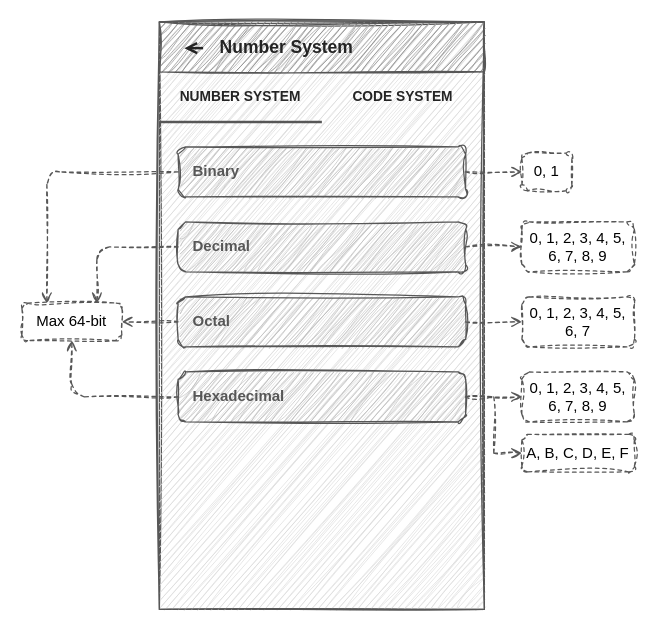
Above: page "Menu Sistem Bilangan" (1 of 2) of Wireframe fitur sistem bilangan.drawio in dans609/diagrams_net (draw.io), before the change. Source tidied: cells renumbered, new cells numbered last; positions are measured from the earlier drawing's top-left corner, leaving out a move shared by most shapes. Both pictures are drawn from the tidied source at 125%, with x=0, y=0 at pixel (21, 21).
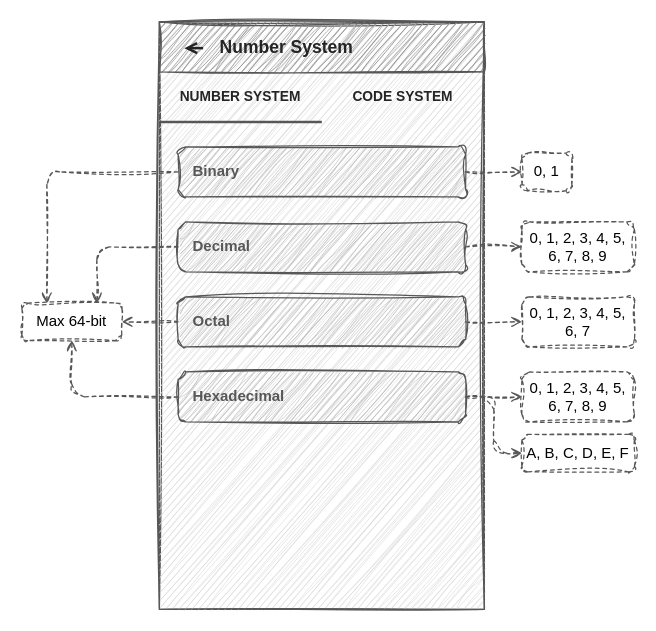
The same diagram, later.

Commit message:
Rounded arrow edges instead of sharp

Unchanged cells that the change refers to:
```xml
<mxCell id="14" value="&amp;nbsp; &amp;nbsp;Hexadecimal" style="text;strokeColor=#575757;align=left;fillColor=#BABABA;html=1;verticalAlign=middle;whiteSpace=wrap;rounded=1;fontStyle=1;fontSize=12;shadow=0;sketch=1;curveFitting=1;jiggle=2;fontFamily=Helvetica;fontColor=#575757;" parent="3" vertex="1">
  <mxGeometry x="15" y="280" width="230" height="40" as="geometry" />
</mxCell>
<mxCell id="27" value="A, B, C, D, E, F" style="text;strokeColor=#575757;align=center;fillColor=default;html=1;verticalAlign=middle;whiteSpace=wrap;rounded=1;dashed=1;sketch=1;curveFitting=1;jiggle=2;" parent="1" vertex="1">
  <mxGeometry x="400" y="330" width="90" height="30" as="geometry" />
</mxCell>
```

What changed in the source:
```diff
@@
-    <mxCell id="29" style="edgeStyle=orthogonalEdgeStyle;rounded=0;jettySize=auto;html=1;exitX=1;exitY=0.5;exitDx=0;exitDy=0;entryX=0;entryY=0.5;entryDx=0;entryDy=0;strokeColor=#575757;endArrow=open;endFill=0;sketch=1;curveFitting=1;jiggle=2;dashed=1;" parent="1" edge="1" source="14" target="27">
+    <mxCell id="29" style="edgeStyle=orthogonalEdgeStyle;rounded=1;jettySize=auto;html=1;exitX=1;exitY=0.5;exitDx=0;exitDy=0;entryX=0;entryY=0.5;entryDx=0;entryDy=0;strokeColor=#575757;endArrow=open;endFill=0;sketch=1;curveFitting=1;jiggle=2;dashed=1;" parent="1" edge="1" source="14" target="27">
       <mxGeometry relative="1" as="geometry" />
     </mxCell>
```
